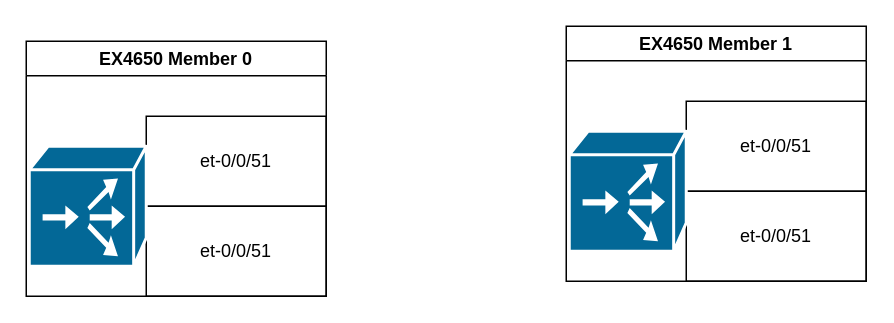
adamrt918/Diagram keeps this draw.io diagram as Spine_Failure.drawio. Above is the earlier version. Source tidied: cells renumbered, new cells numbered last; positions are measured from the earlier drawing's top-left corner, leaving out a move shared by most shapes. Both pictures are drawn from the tidied source at 150%, with x=0, y=0 at pixel (26, 26).
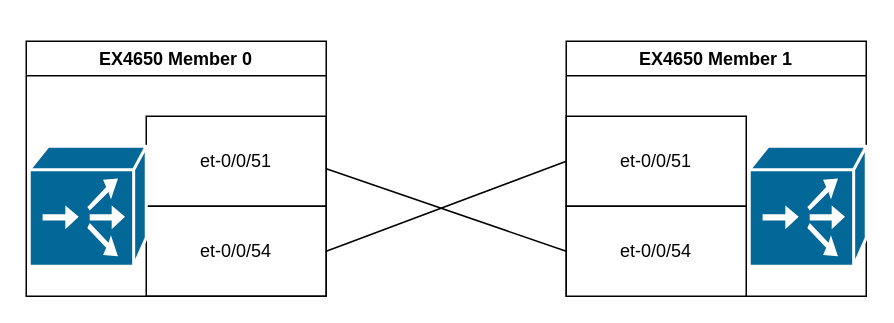
The same page after the edit.

The edit, as a diff of the source:
```diff
@@
 <mxGraphModel>
   <root>
     <mxCell id="0" />
     <mxCell id="1" parent="0" />
     <mxCell id="2" value="et-0/0/51" style="rounded=0;whiteSpace=wrap;html=1;" parent="1" vertex="1">
       <mxGeometry x="80" y="60" width="120" height="60" as="geometry" />
     </mxCell>
-    <mxCell id="3" value="et-0/0/51" style="rounded=0;whiteSpace=wrap;html=1;" parent="1" vertex="1">
+    <mxCell id="3" value="et-0/0/54" style="rounded=0;whiteSpace=wrap;html=1;" parent="1" vertex="1">
       <mxGeometry x="80" y="120" width="120" height="60" as="geometry" />
     </mxCell>
     <mxCell id="4" style="shape=mxgraph.cisco.directors.localdirector;sketch=0;html=1;dashed=0;fillColor=#036897;strokeColor=#ffffff;strokeWidth=2;verticalLabelPosition=bottom;verticalAlign=top;align=center;" parent="1" vertex="1">
       <mxGeometry x="2" y="80" width="78" height="80" as="geometry" />
     </mxCell>
     <mxCell id="5" value="EX4650 Member 0" style="swimlane;whiteSpace=wrap;html=1;" parent="1" vertex="1">
       <mxGeometry y="10" width="200" height="170" as="geometry" />
     </mxCell>
+    <mxCell id="9" value="EX4650 Member 1" style="swimlane;whiteSpace=wrap;html=1;flipH=0;flipV=0;" parent="1" vertex="1">
+      <mxGeometry x="360" y="10" width="200" height="170" as="geometry" />
+    </mxCell>
+    <mxCell id="8" style="shape=mxgraph.cisco.directors.localdirector;sketch=0;html=1;dashed=0;fillColor=#036897;strokeColor=#ffffff;strokeWidth=2;verticalLabelPosition=bottom;verticalAlign=top;align=center;" parent="9" vertex="1">
+      <mxGeometry x="122" y="70" width="78" height="80" as="geometry" />
+    </mxCell>
-    <mxCell id="6" value="et-0/0/51" style="rounded=0;whiteSpace=wrap;html=1;" parent="1" vertex="1">
-      <mxGeometry x="440" y="50" width="120" height="60" as="geometry" />
+    <mxCell id="6" value="et-0/0/51" style="rounded=0;whiteSpace=wrap;html=1;" parent="9" vertex="1">
+      <mxGeometry y="50" width="120" height="60" as="geometry" />
     </mxCell>
-    <mxCell id="7" value="et-0/0/51" style="rounded=0;whiteSpace=wrap;html=1;" parent="1" vertex="1">
-      <mxGeometry x="440" y="110" width="120" height="60" as="geometry" />
+    <mxCell id="7" value="et-0/0/54" style="rounded=0;whiteSpace=wrap;html=1;" parent="9" vertex="1">
+      <mxGeometry y="110" width="120" height="60" as="geometry" />
     </mxCell>
-    <mxCell id="8" style="shape=mxgraph.cisco.directors.localdirector;sketch=0;html=1;dashed=0;fillColor=#036897;strokeColor=#ffffff;strokeWidth=2;verticalLabelPosition=bottom;verticalAlign=top;align=center;" parent="1" vertex="1">
-      <mxGeometry x="362" y="70" width="78" height="80" as="geometry" />
-    </mxCell>
-    <mxCell id="9" value="EX4650 Member 1" style="swimlane;whiteSpace=wrap;html=1;" parent="1" vertex="1">
-      <mxGeometry x="360" width="200" height="170" as="geometry" />
-    </mxCell>
+    <mxCell id="10" style="endArrow=none;html=1;rounded=0;entryX=0;entryY=0.5;entryDx=0;entryDy=0;exitX=1;exitY=0.5;exitDx=0;exitDy=0;" parent="1" edge="1" source="3" target="6">
+      <mxGeometry relative="1" as="geometry" />
+    </mxCell>
+    <mxCell id="11" style="endArrow=none;html=1;rounded=0;entryX=0;entryY=0.5;entryDx=0;entryDy=0;exitX=1;exitY=0.5;exitDx=0;exitDy=0;" parent="1" edge="1" source="5" target="7">
+      <mxGeometry relative="1" as="geometry" />
+    </mxCell>
   </root>
 </mxGraphModel>
```
